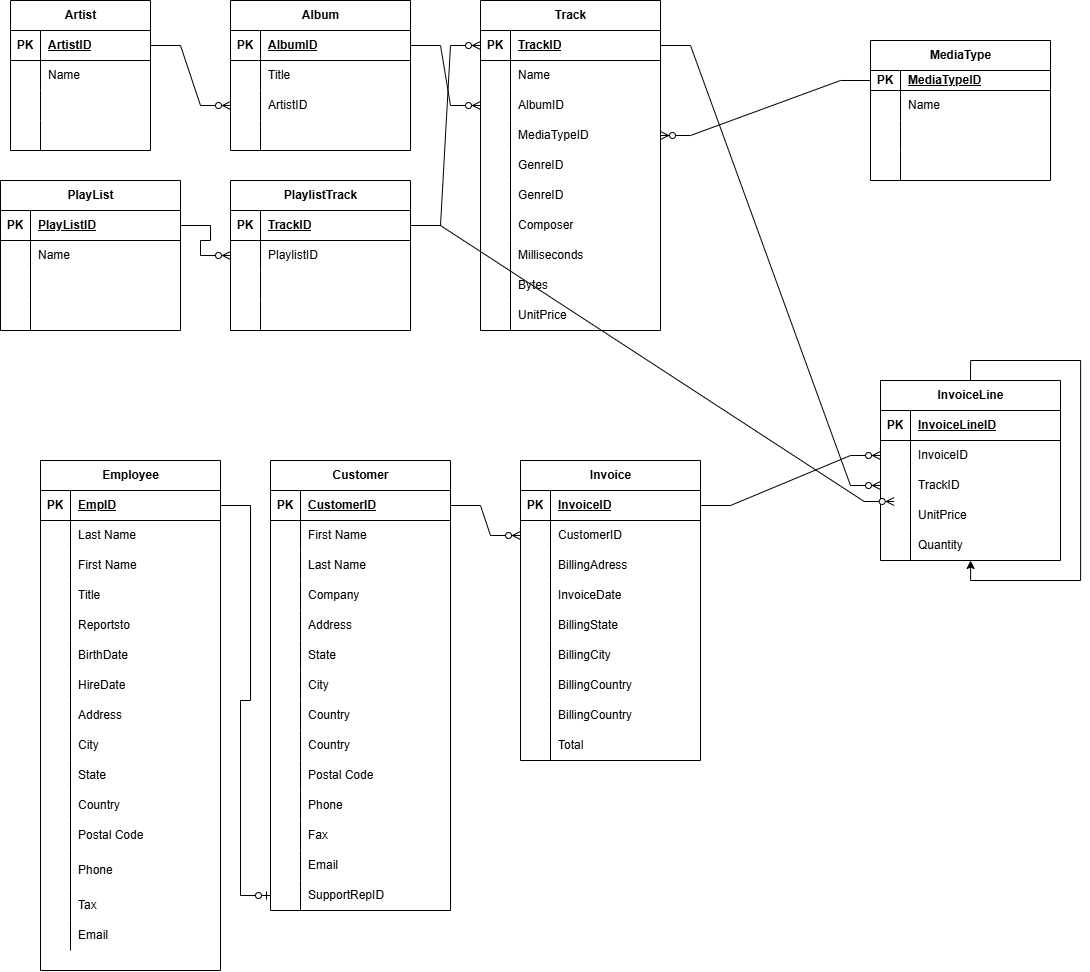
Above: ER.drawio.png in rohans6/Designing-a-Data-Warehouse-for-Music-Store-Analytics (draw.io), before the change. Source tidied: cells renumbered, new cells last; positions are measured from the earlier drawing's top-left corner, leaving out a move shared by most shapes.
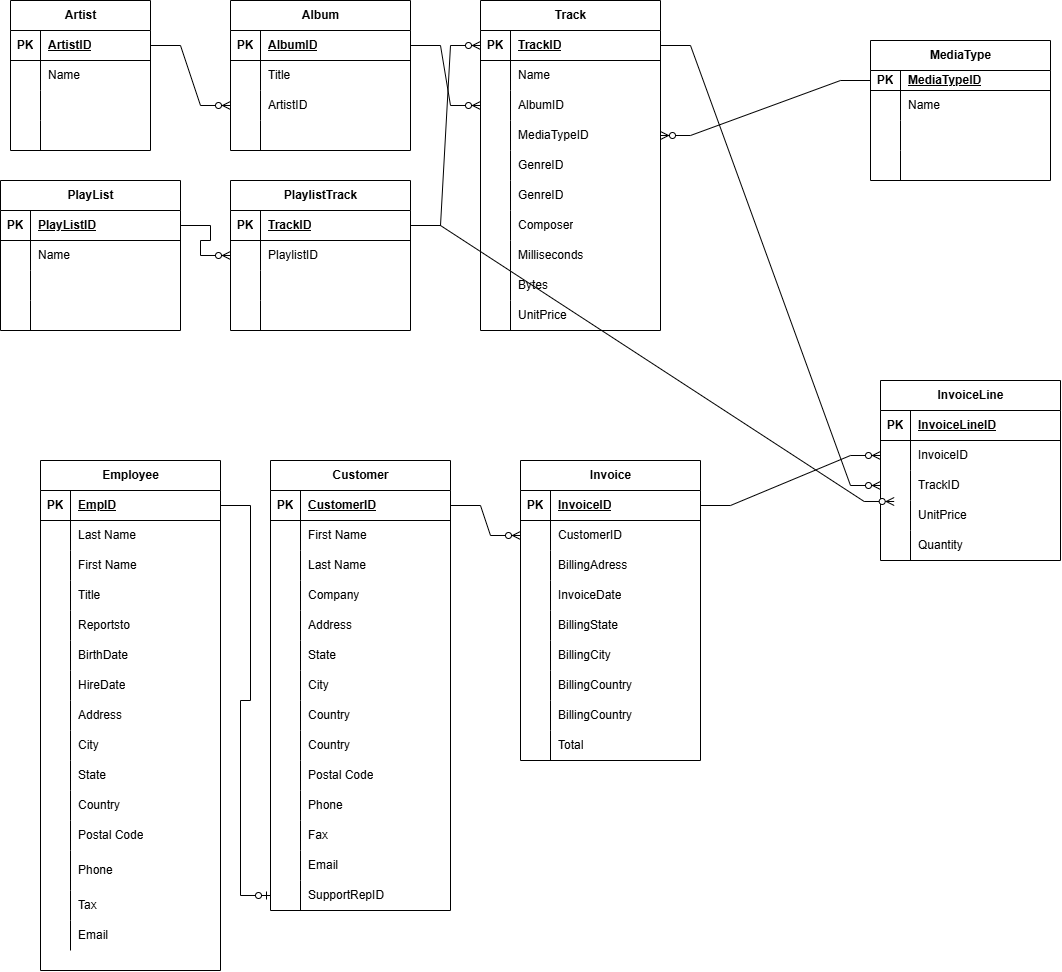
The same file after the commit.

Change to the diagram source:
```diff
@@ -723,8 +723,5 @@
     <mxCell id="240" style="edgeStyle=entityRelationEdgeStyle;fontSize=12;html=1;endArrow=ERzeroToOne;endFill=1;rounded=0;" parent="1" edge="1" source="3" target="88">
       <mxGeometry relative="1" as="geometry" />
     </mxCell>
-    <mxCell id="241" style="edgeStyle=orthogonalEdgeStyle;rounded=0;orthogonalLoop=1;jettySize=auto;html=1;exitX=0.5;exitY=0;exitDx=0;exitDy=0;" parent="1" edge="1" source="221" target="221">
-      <mxGeometry relative="1" as="geometry" />
-    </mxCell>
   </root>
 </mxGraphModel>
```
